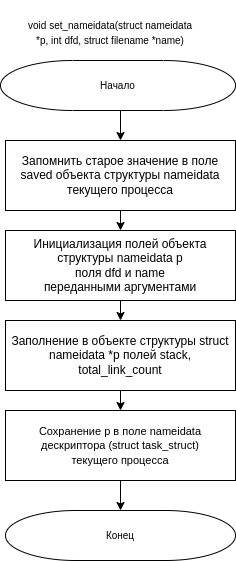
Above: lab-09/tex/assets/open-set_nameidata.drawio.png in xanderkov/ics7-os6 (draw.io), before the change. Source tidied: cells renumbered, new cells last; positions are measured from the earlier drawing's top-left corner, leaving out a move shared by most shapes.
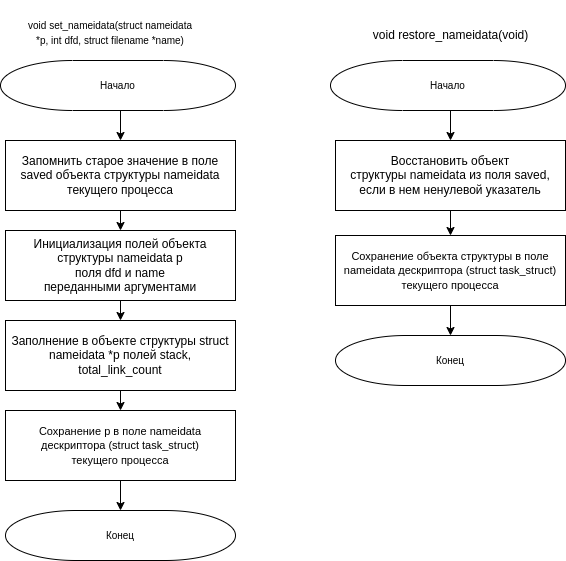
The same file after the commit.

Change to the diagram source:
```diff
@@ -38,5 +38,29 @@
     <mxCell id="13" value="&lt;font style=&quot;font-size: 12px;&quot;&gt;&lt;font style=&quot;border-color: var(--border-color); font-size: 12px;&quot; face=&quot;helvetica&quot;&gt;Запомнить старое значение в&amp;nbsp;&lt;/font&gt;поле saved объекта структуры nameidata&lt;br style=&quot;border-color: var(--border-color);&quot;&gt;текущего процесса&lt;/font&gt;&lt;span style=&quot;font-size: 11px;&quot;&gt;&lt;br&gt;&lt;/span&gt;" style="rounded=0;whiteSpace=wrap;html=1;absoluteArcSize=1;arcSize=14;strokeWidth=1;" parent="1" vertex="1">
       <mxGeometry x="5" y="140" width="230" height="70" as="geometry" />
     </mxCell>
+    <mxCell id="14" value="&lt;font style=&quot;font-size: 12px;&quot;&gt;void restore_nameidata(void)&lt;/font&gt;" style="text;html=1;align=center;verticalAlign=middle;strokeColor=none;fillColor=none;fontSize=10;" parent="1" vertex="1">
+      <mxGeometry x="360" y="20" width="180" height="30" as="geometry" />
+    </mxCell>
+    <mxCell id="15" style="edgeStyle=orthogonalEdgeStyle;rounded=0;jettySize=auto;html=1;exitX=0.5;exitY=1;exitDx=0;exitDy=0;exitPerimeter=0;entryX=0.5;entryY=0;entryDx=0;entryDy=0;" parent="1" edge="1" source="16" target="21">
+      <mxGeometry relative="1" as="geometry" />
+    </mxCell>
+    <mxCell id="16" value="&lt;font style=&quot;font-size: 10px&quot;&gt;Начало&lt;/font&gt;" style="strokeWidth=1;html=1;shape=mxgraph.flowchart.terminator;whiteSpace=wrap;" parent="1" vertex="1">
+      <mxGeometry x="330" y="60" width="235" height="50" as="geometry" />
+    </mxCell>
+    <mxCell id="17" value="&lt;font style=&quot;font-size: 10px&quot;&gt;Конец&lt;/font&gt;" style="strokeWidth=1;html=1;shape=mxgraph.flowchart.terminator;whiteSpace=wrap;" parent="1" vertex="1">
+      <mxGeometry x="335" y="335" width="230" height="50" as="geometry" />
+    </mxCell>
+    <mxCell id="18" style="edgeStyle=orthogonalEdgeStyle;rounded=0;jettySize=auto;html=1;exitX=0.5;exitY=1;exitDx=0;exitDy=0;entryX=0.5;entryY=0;entryDx=0;entryDy=0;entryPerimeter=0;" parent="1" edge="1" source="19" target="17">
+      <mxGeometry relative="1" as="geometry" />
+    </mxCell>
+    <mxCell id="19" value="&lt;span style=&quot;font-size: 11px;&quot;&gt;&lt;font face=&quot;helvetica&quot;&gt;Сохранение объекта структуры в поле nameidata&amp;nbsp;&lt;/font&gt;дескриптора (struct task_struct)&lt;br&gt;текущего процесса&lt;br&gt;&lt;/span&gt;" style="rounded=0;whiteSpace=wrap;html=1;absoluteArcSize=1;arcSize=14;strokeWidth=1;" parent="1" vertex="1">
+      <mxGeometry x="335" y="235" width="230" height="70" as="geometry" />
+    </mxCell>
+    <mxCell id="20" style="edgeStyle=orthogonalEdgeStyle;rounded=0;jettySize=auto;html=1;exitX=0.5;exitY=1;exitDx=0;exitDy=0;entryX=0.5;entryY=0;entryDx=0;entryDy=0;" parent="1" edge="1" source="21" target="19">
+      <mxGeometry relative="1" as="geometry" />
+    </mxCell>
+    <mxCell id="21" value="&lt;font style=&quot;font-size: 12px;&quot;&gt;&lt;font style=&quot;border-color: var(--border-color); font-size: 12px;&quot; face=&quot;helvetica&quot;&gt;Восстановить объект структуры&amp;nbsp;&lt;/font&gt;nameidata из поля saved, если в нем ненулевой указатель&lt;/font&gt;&lt;span style=&quot;font-size: 11px;&quot;&gt;&lt;br&gt;&lt;/span&gt;" style="rounded=0;whiteSpace=wrap;html=1;absoluteArcSize=1;arcSize=14;strokeWidth=1;" parent="1" vertex="1">
+      <mxGeometry x="335" y="140" width="230" height="70" as="geometry" />
+    </mxCell>
   </root>
 </mxGraphModel>
```
